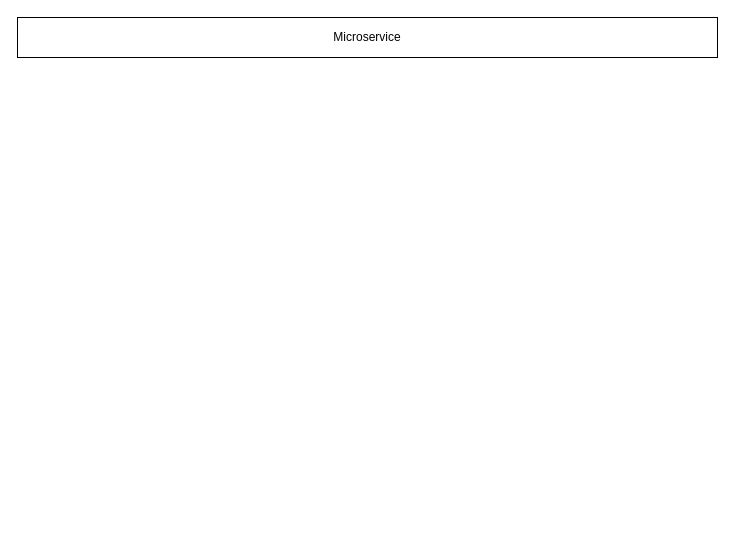
The draw.io diagram Untitled Diagram.drawio in velonix-tech/microservice, before the edit. Source tidied: cells renumbered, new cells numbered last; positions are measured from the earlier drawing's top-left corner, leaving out a move shared by most shapes. Both pictures are drawn from the tidied source at 100%, with x=0, y=0 at pixel (17, 17).
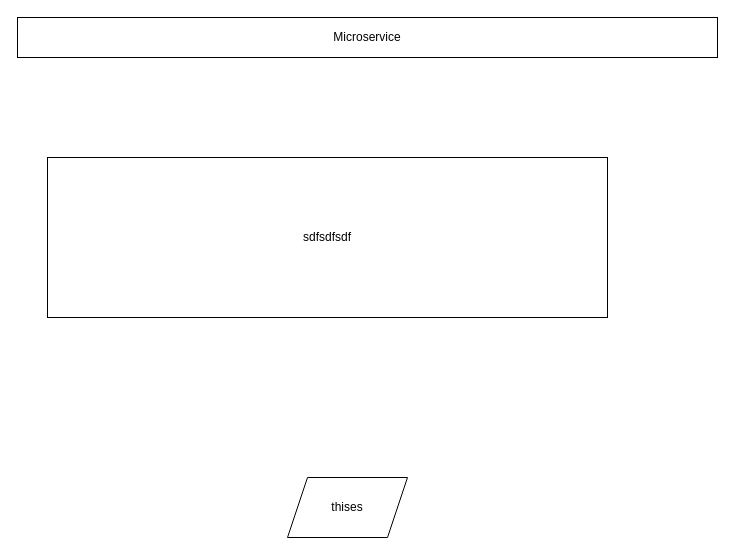
The same page after the edit.

Change to the diagram source:
```diff
@@
 <mxGraphModel>
   <root>
     <mxCell id="0" />
     <mxCell id="1" parent="0" />
     <mxCell id="2" value="Microservice" style="rounded=0;whiteSpace=wrap;html=1;" parent="1" vertex="1">
       <mxGeometry width="700" height="40" as="geometry" />
     </mxCell>
+    <mxCell id="3" value="sdfsdfsdf" style="rounded=0;whiteSpace=wrap;html=1;" parent="1" vertex="1">
+      <mxGeometry x="30" y="140" width="560" height="160" as="geometry" />
+    </mxCell>
+    <mxCell id="4" value="thises" style="shape=parallelogram;perimeter=parallelogramPerimeter;whiteSpace=wrap;html=1;fixedSize=1;" parent="1" vertex="1">
+      <mxGeometry x="270" y="460" width="120" height="60" as="geometry" />
+    </mxCell>
   </root>
 </mxGraphModel>
```
